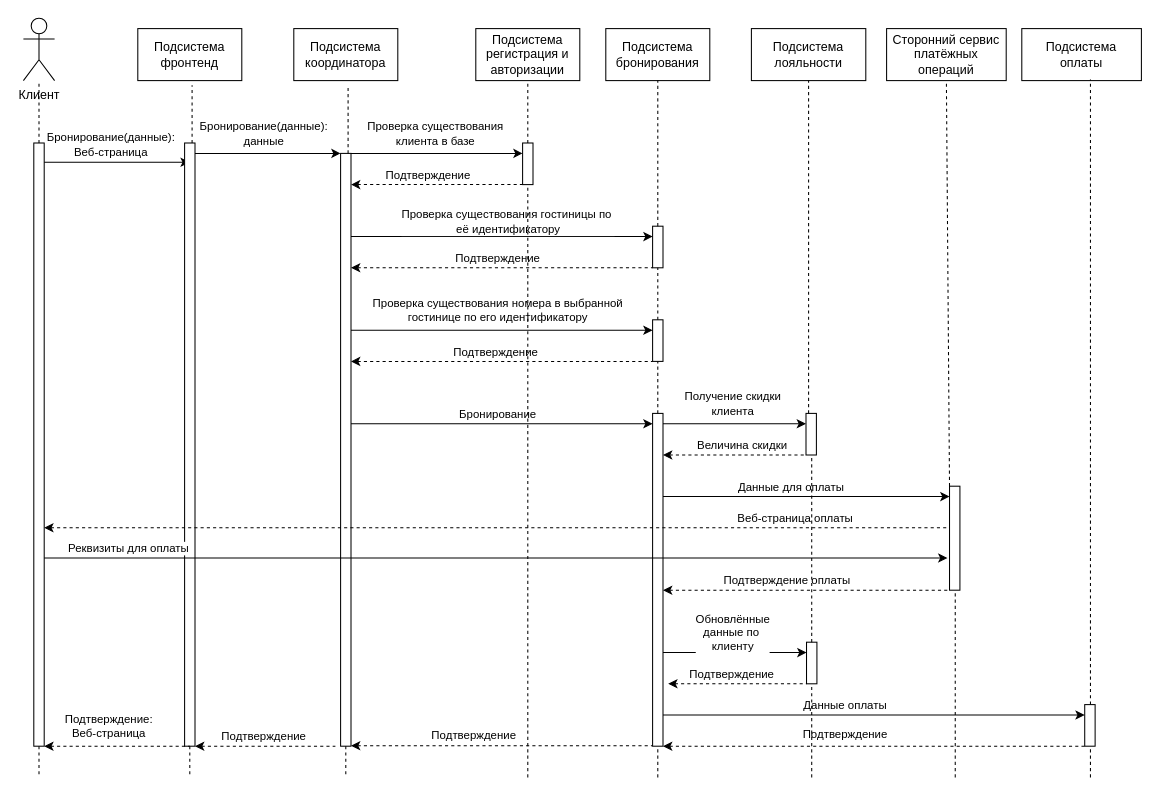
The draw.io diagram docs/img/flow/diag_general.drawio in Bryanskaya/SEMethodology, before the edit. Source tidied: cells renumbered, new cells numbered last; positions are measured from the earlier drawing's top-left corner, leaving out a move shared by most shapes. Both pictures are drawn from the tidied source at 104%, with x=0, y=0 at pixel (23, 18).
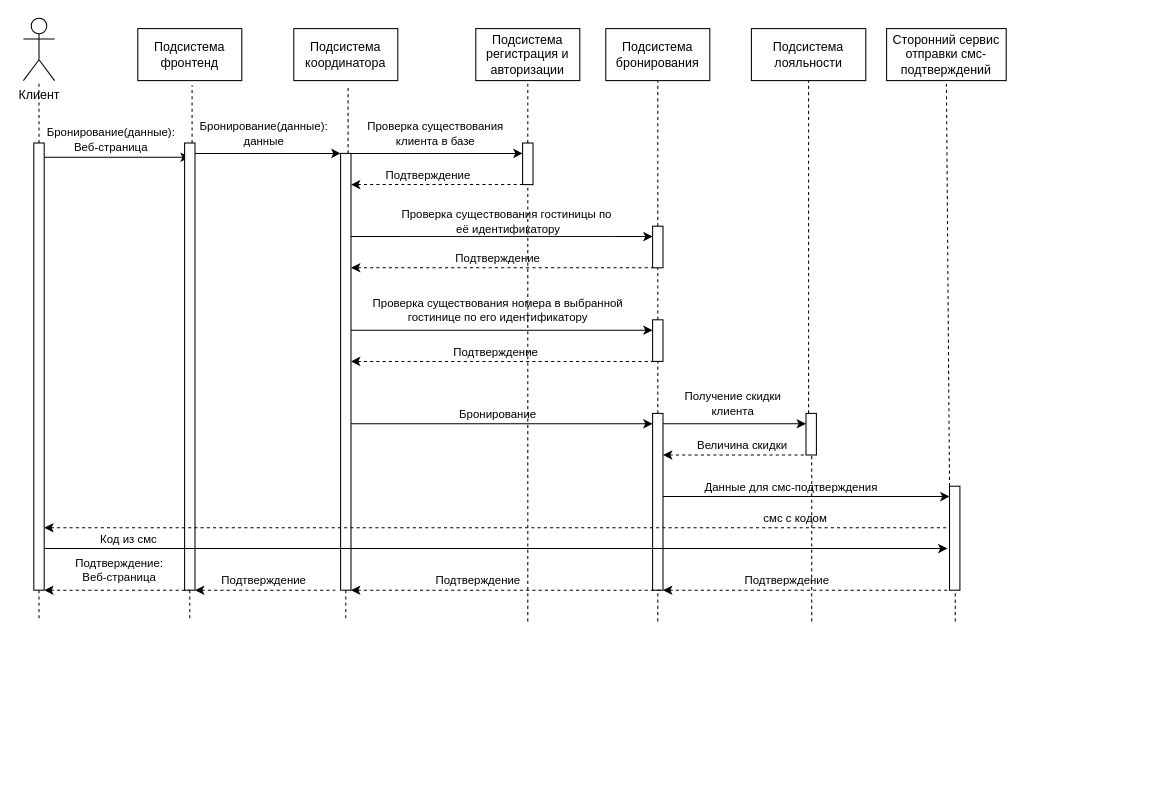
After the change.

Unchanged cells that the change refers to:
```xml
<mxCell id="9" style="html=1;points=[];perimeter=orthogonalPerimeter;outlineConnect=0;targetShapes=umlLifeline;portConstraint=eastwest;newEdgeStyle={&quot;edgeStyle&quot;:&quot;elbowEdgeStyle&quot;,&quot;elbow&quot;:&quot;vertical&quot;,&quot;curved&quot;:0,&quot;rounded&quot;:0};" parent="1" vertex="1">
  <mxGeometry x="480" y="120" width="10" height="40" as="geometry" />
</mxCell>
<mxCell id="15" style="html=1;points=[];perimeter=orthogonalPerimeter;outlineConnect=0;targetShapes=umlLifeline;portConstraint=eastwest;newEdgeStyle={&quot;edgeStyle&quot;:&quot;elbowEdgeStyle&quot;,&quot;elbow&quot;:&quot;vertical&quot;,&quot;curved&quot;:0,&quot;rounded&quot;:0};" parent="1" vertex="1">
  <mxGeometry x="752.5" y="380" width="10" height="40" as="geometry" />
</mxCell>
<mxCell id="42" style="endArrow=classic;html=1;rounded=0;" parent="1" edge="1">
  <mxGeometry relative="1" as="geometry">
    <mxPoint x="615" y="460" as="sourcePoint" />
    <mxPoint x="890.5" y="460" as="targetPoint" />
    <Array as="points">
      <mxPoint x="640" y="460" />
      <mxPoint x="680" y="460" />
      <mxPoint x="800" y="460" />
    </Array>
  </mxGeometry>
</mxCell>
<mxCell id="44" style="endArrow=none;dashed=1;html=1;rounded=0;startArrow=classic;startFill=1;" parent="1" edge="1" source="3" target="51">
  <mxGeometry relative="1" as="geometry">
    <Array as="points">
      <mxPoint x="630" y="490" />
      <mxPoint x="810" y="490" />
    </Array>
  </mxGeometry>
</mxCell>
<mxCell id="48" style="endArrow=none;dashed=1;html=1;rounded=0;startArrow=classic;startFill=1;" parent="1" edge="1" source="38" target="51">
  <mxGeometry relative="1" as="geometry">
    <Array as="points">
      <mxPoint x="640" y="550" />
      <mxPoint x="670" y="550" />
      <mxPoint x="700" y="550" />
    </Array>
  </mxGeometry>
</mxCell>
```

What changed in the source:
```diff
@@
     <mxCell id="3" style="html=1;points=[];perimeter=orthogonalPerimeter;outlineConnect=0;targetShapes=umlLifeline;portConstraint=eastwest;newEdgeStyle={&quot;edgeStyle&quot;:&quot;elbowEdgeStyle&quot;,&quot;elbow&quot;:&quot;vertical&quot;,&quot;curved&quot;:0,&quot;rounded&quot;:0};" parent="1" vertex="1">
-      <mxGeometry x="10" y="120" width="10" height="580" as="geometry" />
+      <mxGeometry x="10" y="120" width="10" height="430" as="geometry" />
     </mxCell>
@@
     <mxCell id="5" style="html=1;points=[];perimeter=orthogonalPerimeter;outlineConnect=0;targetShapes=umlLifeline;portConstraint=eastwest;newEdgeStyle={&quot;edgeStyle&quot;:&quot;elbowEdgeStyle&quot;,&quot;elbow&quot;:&quot;vertical&quot;,&quot;curved&quot;:0,&quot;rounded&quot;:0};" parent="1" vertex="1">
-      <mxGeometry x="305" y="130" width="10" height="570" as="geometry" />
+      <mxGeometry x="305" y="130" width="10" height="420" as="geometry" />
     </mxCell>
@@
     <mxCell id="32" style="html=1;points=[];perimeter=orthogonalPerimeter;outlineConnect=0;targetShapes=umlLifeline;portConstraint=eastwest;newEdgeStyle={&quot;edgeStyle&quot;:&quot;elbowEdgeStyle&quot;,&quot;elbow&quot;:&quot;vertical&quot;,&quot;curved&quot;:0,&quot;rounded&quot;:0};" parent="1" vertex="1">
-      <mxGeometry x="155" y="120" width="10" height="580" as="geometry" />
+      <mxGeometry x="155" y="120" width="10" height="430" as="geometry" />
     </mxCell>
@@
     <mxCell id="38" style="html=1;points=[];perimeter=orthogonalPerimeter;outlineConnect=0;targetShapes=umlLifeline;portConstraint=eastwest;newEdgeStyle={&quot;edgeStyle&quot;:&quot;elbowEdgeStyle&quot;,&quot;elbow&quot;:&quot;vertical&quot;,&quot;curved&quot;:0,&quot;rounded&quot;:0};" parent="1" vertex="1">
-      <mxGeometry x="605" y="380" width="10" height="320" as="geometry" />
+      <mxGeometry x="605" y="380" width="10" height="170" as="geometry" />
     </mxCell>
@@
-    <mxCell id="43" value="Данные для оплаты" style="edgeLabel;html=1;align=center;verticalAlign=middle;" parent="42" vertex="1">
+    <mxCell id="43" value="Данные для смс-подтверждения" style="edgeLabel;html=1;align=center;verticalAlign=middle;" parent="42" vertex="1">
       <mxGeometry x="-0.18" relative="1" as="geometry">
         <mxPoint x="9" y="-10" as="offset" />
       </mxGeometry>
     </mxCell>
@@
-    <mxCell id="45" value="Веб-страница оплаты" style="edgeLabel;html=1;align=center;verticalAlign=middle;" parent="44" vertex="1">
+    <mxCell id="45" value="смс с кодом" style="edgeLabel;html=1;align=center;verticalAlign=middle;" parent="44" vertex="1">
       <mxGeometry x="-0.3" relative="1" as="geometry">
         <mxPoint x="416" y="-10" as="offset" />
       </mxGeometry>
     </mxCell>
     <mxCell id="46" style="endArrow=classic;html=1;rounded=0;entryX=-0.2;entryY=0.692;entryDx=0;entryDy=0;entryPerimeter=0;" parent="1" edge="1">
       <mxGeometry relative="1" as="geometry">
-        <mxPoint x="20" y="519" as="sourcePoint" />
-        <mxPoint x="888.5" y="519" as="targetPoint" />
+        <mxPoint x="20" y="510" as="sourcePoint" />
+        <mxPoint x="888.5" y="510" as="targetPoint" />
         <Array as="points">
-          <mxPoint x="460" y="519" />
+          <mxPoint x="460" y="510" />
         </Array>
       </mxGeometry>
     </mxCell>
-    <mxCell id="47" value="Реквизиты для оплаты" style="edgeLabel;html=1;align=center;verticalAlign=middle;" parent="46" vertex="1">
+    <mxCell id="47" value="Код из смс" style="edgeLabel;html=1;align=center;verticalAlign=middle;" parent="46" vertex="1">
       <mxGeometry x="-0.86" relative="1" as="geometry">
         <mxPoint x="19" y="-10" as="offset" />
       </mxGeometry>
     </mxCell>
@@
-    <mxCell id="49" value="Подтверждение оплаты" style="edgeLabel;html=1;align=center;verticalAlign=middle;" parent="48" vertex="1">
+    <mxCell id="49" value="Подтверждение" style="edgeLabel;html=1;align=center;verticalAlign=middle;" parent="48" vertex="1">
       <mxGeometry x="-0.38" relative="1" as="geometry">
         <mxPoint x="33" y="-10" as="offset" />
       </mxGeometry>
     </mxCell>
-    <mxCell id="50" value="Сторонний сервис платёжных операций" style="rounded=0;whiteSpace=wrap;html=1;" parent="1" vertex="1">
+    <mxCell id="50" value="Сторонний сервис отправки смс-подтверждений" style="rounded=0;whiteSpace=wrap;html=1;" parent="1" vertex="1">
       <mxGeometry x="830" y="10" width="115" height="50" as="geometry" />
     </mxCell>
@@
-    <mxCell id="57" style="html=1;points=[];perimeter=orthogonalPerimeter;outlineConnect=0;targetShapes=umlLifeline;portConstraint=eastwest;newEdgeStyle={&quot;edgeStyle&quot;:&quot;elbowEdgeStyle&quot;,&quot;elbow&quot;:&quot;vertical&quot;,&quot;curved&quot;:0,&quot;rounded&quot;:0};" parent="1" vertex="1">
-      <mxGeometry x="753" y="600" width="10" height="40" as="geometry" />
-    </mxCell>
-    <mxCell id="58" style="endArrow=classic;html=1;rounded=0;" parent="1" edge="1">
-      <mxGeometry relative="1" as="geometry">
-        <mxPoint x="615" y="610" as="sourcePoint" />
-        <mxPoint x="753" y="610" as="targetPoint" />
-        <Array as="points">
-          <mxPoint x="670" y="610" />
-        </Array>
-      </mxGeometry>
-    </mxCell>
-    <mxCell id="59" value="Обновлённые&lt;br&gt;данные по&amp;nbsp;&lt;br&gt;клиенту" style="edgeLabel;html=1;align=center;verticalAlign=middle;" parent="58" vertex="1">
-      <mxGeometry x="-0.38" relative="1" as="geometry">
-        <mxPoint x="23" y="-20" as="offset" />
-      </mxGeometry>
-    </mxCell>
-    <mxCell id="60" style="endArrow=none;dashed=1;html=1;rounded=0;" parent="1" edge="1" source="57" target="15">
-      <mxGeometry relative="1" as="geometry" />
+    <mxCell id="60" style="endArrow=none;dashed=1;html=1;rounded=0;" parent="1" edge="1" target="15">
+      <mxGeometry relative="1" as="geometry">
+        <mxPoint x="758" y="580" as="sourcePoint" />
+      </mxGeometry>
     </mxCell>
-    <mxCell id="61" value="Подсистема &lt;br&gt;оплаты" style="rounded=0;whiteSpace=wrap;html=1;" parent="1" vertex="1">
-      <mxGeometry x="960" y="10" width="115" height="50" as="geometry" />
-    </mxCell>
-    <mxCell id="62" style="html=1;points=[];perimeter=orthogonalPerimeter;outlineConnect=0;targetShapes=umlLifeline;portConstraint=eastwest;newEdgeStyle={&quot;edgeStyle&quot;:&quot;elbowEdgeStyle&quot;,&quot;elbow&quot;:&quot;vertical&quot;,&quot;curved&quot;:0,&quot;rounded&quot;:0};" parent="1" vertex="1">
-      <mxGeometry x="1020.5" y="660" width="10" height="40" as="geometry" />
-    </mxCell>
-    <mxCell id="63" style="endArrow=none;dashed=1;html=1;rounded=0;entryX=0.574;entryY=0.979;entryDx=0;entryDy=0;entryPerimeter=0;" parent="1" edge="1" source="62" target="61">
-      <mxGeometry relative="1" as="geometry" />
-    </mxCell>
-    <mxCell id="64" style="endArrow=classic;html=1;rounded=0;" parent="1" edge="1">
-      <mxGeometry relative="1" as="geometry">
-        <mxPoint x="615" y="670" as="sourcePoint" />
-        <mxPoint x="1020.5" y="670" as="targetPoint" />
-        <Array as="points">
-          <mxPoint x="1000" y="670" />
-        </Array>
-      </mxGeometry>
-    </mxCell>
-    <mxCell id="65" value="Данные оплаты" style="edgeLabel;html=1;align=center;verticalAlign=middle;" parent="64" vertex="1">
-      <mxGeometry x="-0.23" y="-2" relative="1" as="geometry">
-        <mxPoint x="18" y="-12" as="offset" />
-      </mxGeometry>
-    </mxCell>
-    <mxCell id="66" style="endArrow=none;dashed=1;html=1;rounded=0;startArrow=classic;startFill=1;" parent="1" edge="1" target="57">
-      <mxGeometry relative="1" as="geometry">
-        <mxPoint x="620" y="640" as="sourcePoint" />
-        <Array as="points">
-          <mxPoint x="650" y="640" />
-        </Array>
-      </mxGeometry>
-    </mxCell>
-    <mxCell id="67" value="Подтверждение" style="edgeLabel;html=1;align=center;verticalAlign=middle;" parent="66" vertex="1">
-      <mxGeometry x="-0.19" y="1" relative="1" as="geometry">
-        <mxPoint x="6" y="-9" as="offset" />
-      </mxGeometry>
-    </mxCell>
-    <mxCell id="68" style="endArrow=none;dashed=1;html=1;rounded=0;startArrow=classic;startFill=1;" parent="1" edge="1" source="38" target="62">
-      <mxGeometry relative="1" as="geometry">
-        <Array as="points">
-          <mxPoint x="720" y="700" />
-        </Array>
-      </mxGeometry>
-    </mxCell>
-    <mxCell id="69" value="Подтверждение" style="edgeLabel;html=1;align=center;verticalAlign=middle;" parent="68" vertex="1">
-      <mxGeometry x="-0.22" y="-1" relative="1" as="geometry">
-        <mxPoint x="16" y="-13" as="offset" />
-      </mxGeometry>
-    </mxCell>
-    <mxCell id="70" style="endArrow=none;dashed=1;html=1;rounded=0;startArrow=classic;startFill=1;" parent="1" edge="1">
+    <mxCell id="70" style="endArrow=none;dashed=1;html=1;rounded=0;startArrow=classic;startFill=1;" parent="1" edge="1" source="5">
       <mxGeometry relative="1" as="geometry">
-        <mxPoint x="315" y="699.5" as="sourcePoint" />
-        <mxPoint x="605" y="699.5" as="targetPoint" />
+        <mxPoint x="615" y="550" as="targetPoint" />
       </mxGeometry>
     </mxCell>
@@
-    <mxCell id="72" style="endArrow=none;dashed=1;html=1;rounded=0;startArrow=classic;startFill=1;" parent="1" edge="1" source="32">
+    <mxCell id="72" style="endArrow=none;dashed=1;html=1;rounded=0;startArrow=classic;startFill=1;" parent="1" edge="1">
       <mxGeometry relative="1" as="geometry">
-        <mxPoint x="300" y="700" as="targetPoint" />
+        <mxPoint x="165" y="550" as="sourcePoint" />
+        <mxPoint x="300" y="550" as="targetPoint" />
       </mxGeometry>
     </mxCell>
@@
-    <mxCell id="74" style="endArrow=none;dashed=1;html=1;rounded=0;entryX=0.5;entryY=1;entryDx=0;entryDy=0;entryPerimeter=0;startArrow=classic;startFill=1;" parent="1" edge="1" source="3" target="32">
-      <mxGeometry relative="1" as="geometry" />
+    <mxCell id="74" style="endArrow=none;dashed=1;html=1;rounded=0;entryX=0.5;entryY=1;entryDx=0;entryDy=0;entryPerimeter=0;startArrow=classic;startFill=1;" parent="1" edge="1">
+      <mxGeometry relative="1" as="geometry">
+        <mxPoint x="20" y="550" as="sourcePoint" />
+        <mxPoint x="160" y="550" as="targetPoint" />
+      </mxGeometry>
     </mxCell>
     <mxCell id="75" value="Подтверждение: &lt;br&gt;Веб-страница" style="edgeLabel;html=1;align=center;verticalAlign=middle;" parent="74" vertex="1">
       <mxGeometry x="-0.35" y="-1" relative="1" as="geometry">
-        <mxPoint x="15" y="-21" as="offset" />
+        <mxPoint x="25" y="-21" as="offset" />
       </mxGeometry>
     </mxCell>
     <mxCell id="76" style="endArrow=none;dashed=1;html=1;rounded=0;" parent="1" edge="1" target="9">
       <mxGeometry relative="1" as="geometry">
-        <mxPoint x="485" y="730" as="sourcePoint" />
+        <mxPoint x="485" y="580" as="sourcePoint" />
       </mxGeometry>
     </mxCell>
     <mxCell id="77" style="endArrow=none;dashed=1;html=1;rounded=0;" parent="1" edge="1" target="38">
       <mxGeometry relative="1" as="geometry">
-        <mxPoint x="610" y="730" as="sourcePoint" />
+        <mxPoint x="610" y="580" as="sourcePoint" />
       </mxGeometry>
     </mxCell>
-    <mxCell id="78" style="endArrow=none;dashed=1;html=1;rounded=0;" parent="1" edge="1" target="57">
-      <mxGeometry relative="1" as="geometry">
-        <mxPoint x="758" y="730" as="sourcePoint" />
-      </mxGeometry>
-    </mxCell>
     <mxCell id="79" style="endArrow=none;dashed=1;html=1;rounded=0;" parent="1" edge="1">
       <mxGeometry relative="1" as="geometry">
-        <mxPoint x="896" y="730" as="sourcePoint" />
+        <mxPoint x="896" y="580" as="sourcePoint" />
         <mxPoint x="896" y="550" as="targetPoint" />
       </mxGeometry>
     </mxCell>
-    <mxCell id="80" style="endArrow=none;dashed=1;html=1;rounded=0;" parent="1" edge="1" target="62">
-      <mxGeometry relative="1" as="geometry">
-        <mxPoint x="1026" y="730" as="sourcePoint" />
-      </mxGeometry>
-    </mxCell>
     <mxCell id="81" style="endArrow=none;dashed=1;html=1;rounded=0;" parent="1" edge="1" source="5">
       <mxGeometry relative="1" as="geometry">
-        <mxPoint x="310" y="730" as="targetPoint" />
+        <mxPoint x="310" y="580" as="targetPoint" />
       </mxGeometry>
     </mxCell>
     <mxCell id="82" style="endArrow=none;dashed=1;html=1;rounded=0;" parent="1" edge="1" source="32">
       <mxGeometry relative="1" as="geometry">
-        <mxPoint x="160" y="730" as="targetPoint" />
+        <mxPoint x="160" y="580" as="targetPoint" />
       </mxGeometry>
     </mxCell>
     <mxCell id="83" style="endArrow=none;dashed=1;html=1;rounded=0;" parent="1" edge="1" source="3">
       <mxGeometry relative="1" as="geometry">
-        <mxPoint x="15" y="730" as="targetPoint" />
+        <mxPoint x="15" y="580" as="targetPoint" />
       </mxGeometry>
     </mxCell>
```
